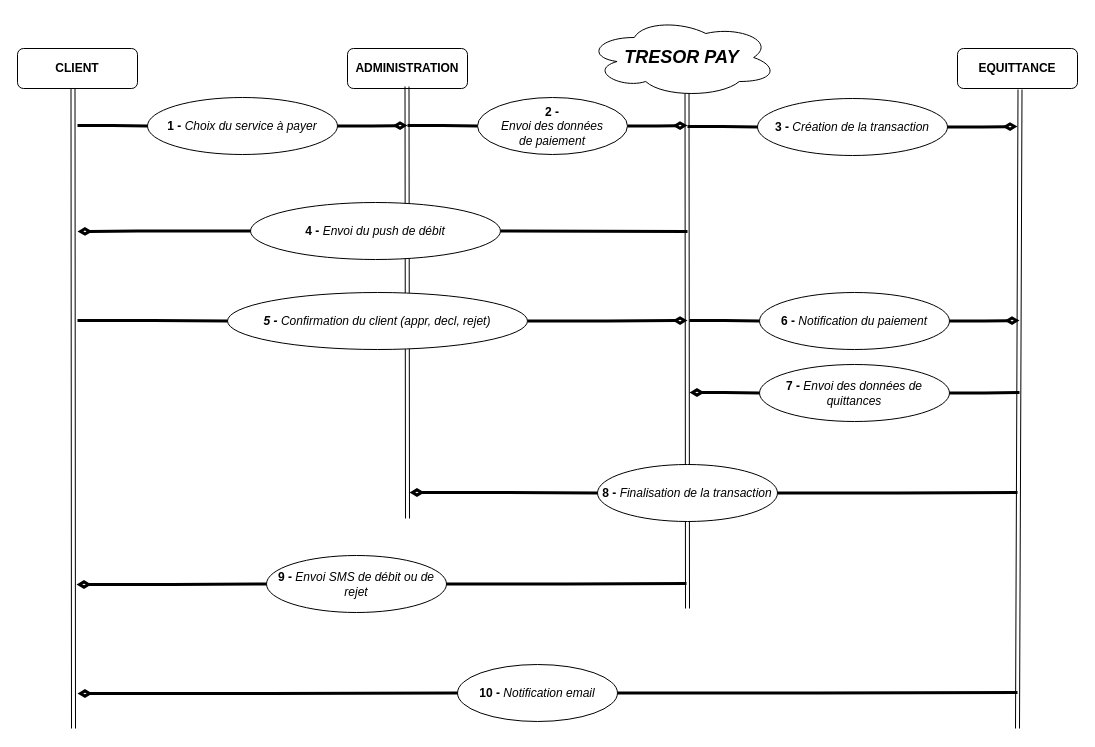
Before: page "Parallel" (2 of 2) of Untitled Diagram.drawio in fnarsiste/diagrams, a draw.io diagram. Source tidied: cells renumbered, new cells numbered last; positions are measured from the earlier drawing's top-left corner, leaving out a move shared by most shapes. Both pictures are drawn from the tidied source at 100%, with x=0, y=0 at pixel (17, 17).
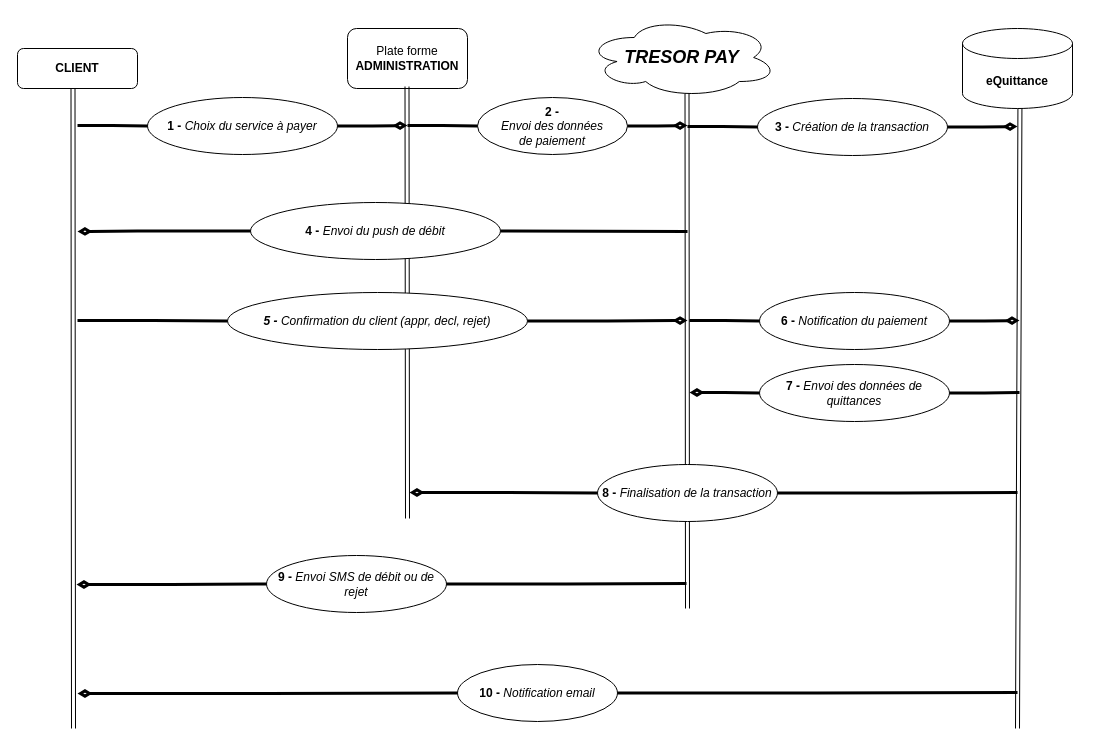
The same diagram, later.

Commit message:
MaJ des ojets

What changed in the source:
```diff
@@
-    <mxCell id="3" value="&lt;b&gt;ADMINISTRATION&lt;/b&gt;" style="rounded=1;whiteSpace=wrap;html=1;" parent="1" vertex="1">
-      <mxGeometry x="330" y="31" width="120" height="40" as="geometry" />
+    <mxCell id="3" value="Plate forme &lt;b&gt;ADMINISTRATION&lt;/b&gt;" style="rounded=1;whiteSpace=wrap;html=1;" parent="1" vertex="1">
+      <mxGeometry x="330" y="11" width="120" height="60" as="geometry" />
     </mxCell>
-    <mxCell id="4" value="&lt;b&gt;EQUITTANCE&lt;/b&gt;" style="rounded=1;whiteSpace=wrap;html=1;" parent="1" vertex="1">
-      <mxGeometry x="940" y="31" width="120" height="40" as="geometry" />
-    </mxCell>
@@
+    <mxCell id="40" value="&lt;b&gt;eQuittance&lt;/b&gt;" style="shape=cylinder3;whiteSpace=wrap;html=1;boundedLbl=1;backgroundOutline=1;size=15;rounded=1;shadow=0;" parent="1" vertex="1">
+      <mxGeometry x="945" y="11" width="110" height="80" as="geometry" />
+    </mxCell>
```
